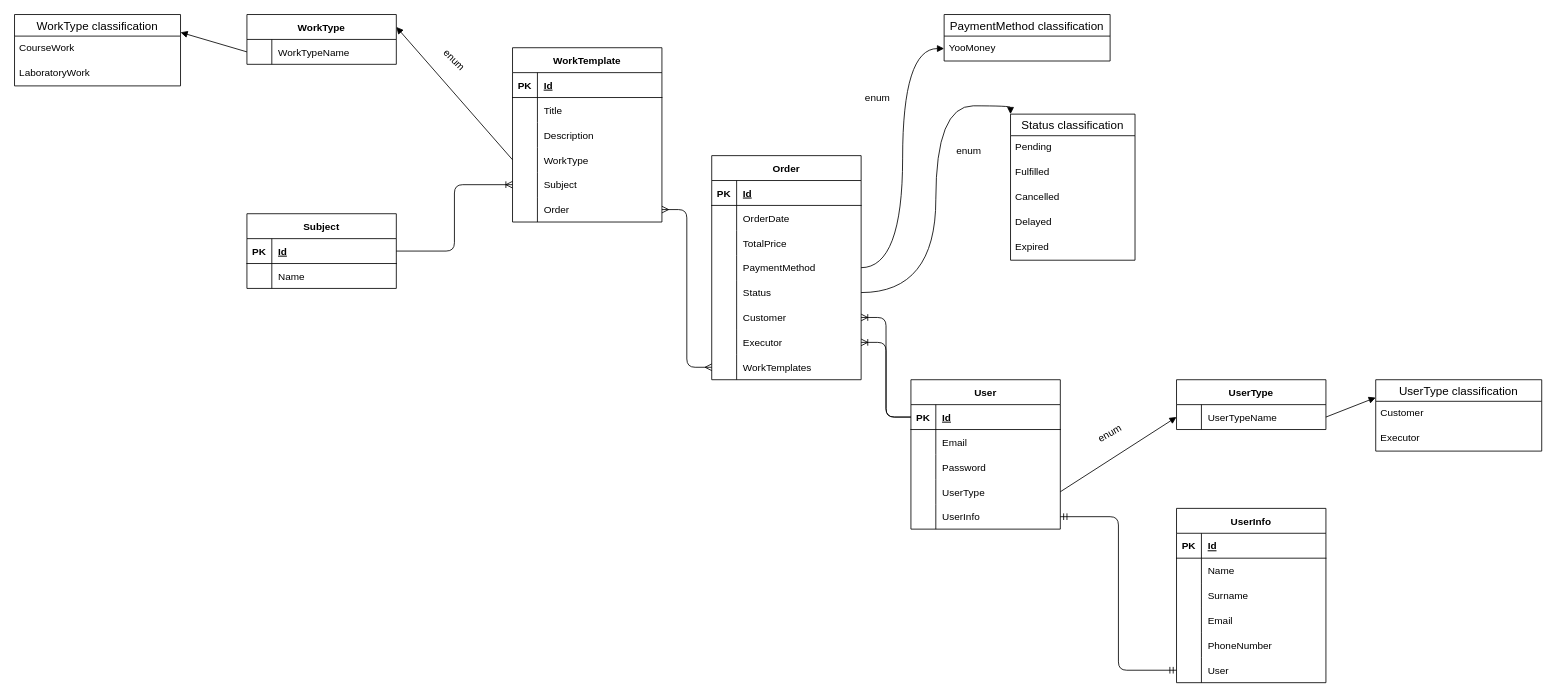
Earlier version of the draw.io diagram architecture/database overview.drawio (mxdnxghts/ScienceAtrium). Source tidied: cells renumbered, new cells numbered last; positions are measured from the earlier drawing's top-left corner, leaving out a move shared by most shapes. Both pictures are drawn from the tidied source at 83%, with x=0, y=0 at pixel (14, 14).
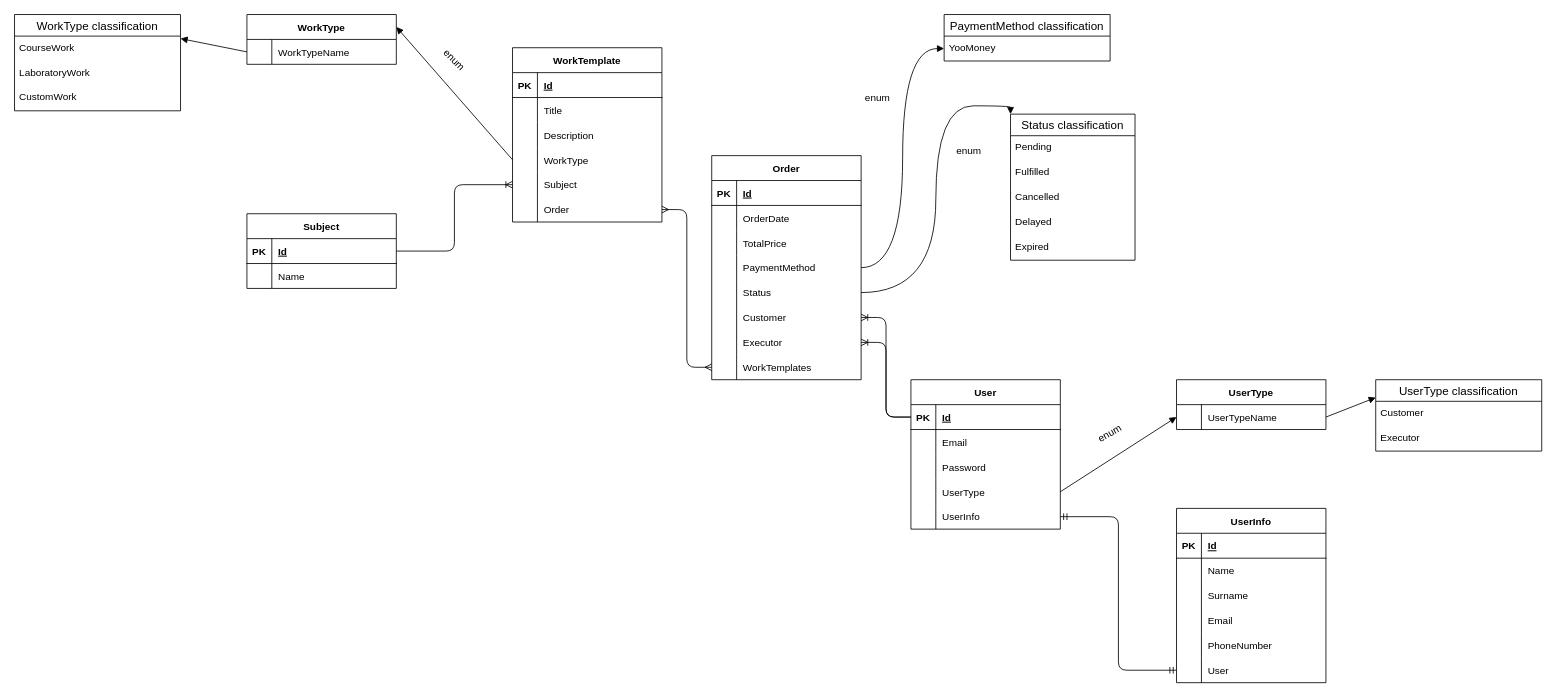
After the change.

Commit message:
Added new field to enum WorkType.

What changed in the source:
```diff
@@
     <mxCell id="62" value="WorkType classification" style="swimlane;fontStyle=0;horizontal=1;startSize=26;align=center;fontSize=14;" parent="1" vertex="1">
-      <mxGeometry width="200" height="86" as="geometry" />
+      <mxGeometry width="200" height="116" as="geometry" />
     </mxCell>
@@
+    <mxCell id="125" value="CustomWork" style="text;strokeColor=none;fillColor=none;spacingLeft=4;spacingRight=4;overflow=hidden;fontSize=12;" parent="62" vertex="1">
+      <mxGeometry y="86" width="200" height="30" as="geometry" />
+    </mxCell>
```
